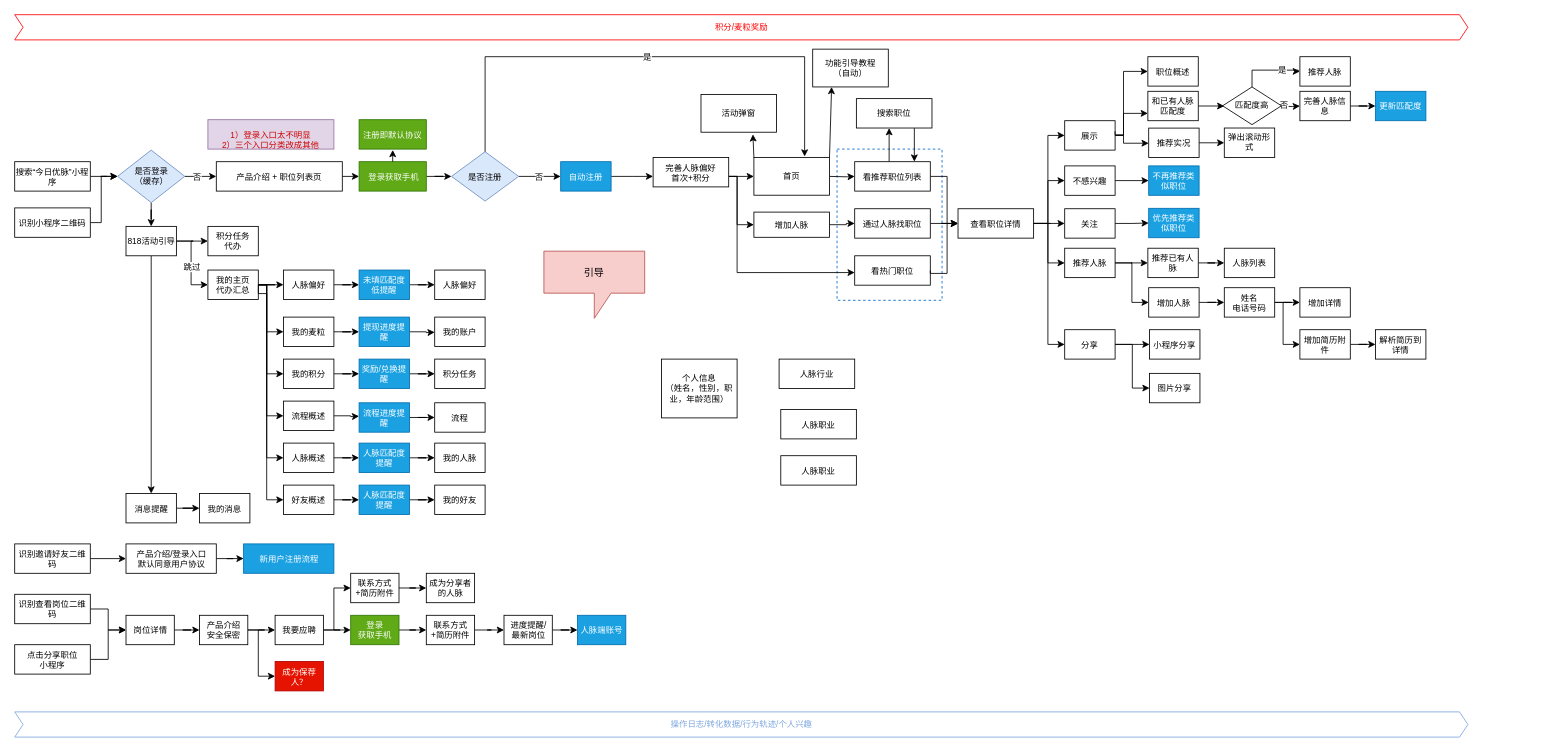
Earlier version of the draw.io diagram page "今日优脉小程序产品流程" (12 of 12) of 今日优脉.drawio (layken/jinrirencai). Source tidied: cells renumbered, new cells numbered last; positions are measured from the earlier drawing's top-left corner, leaving out a move shared by most shapes. Both pictures are drawn from the tidied source at 84%, with x=0, y=0 at pixel (14, 14).
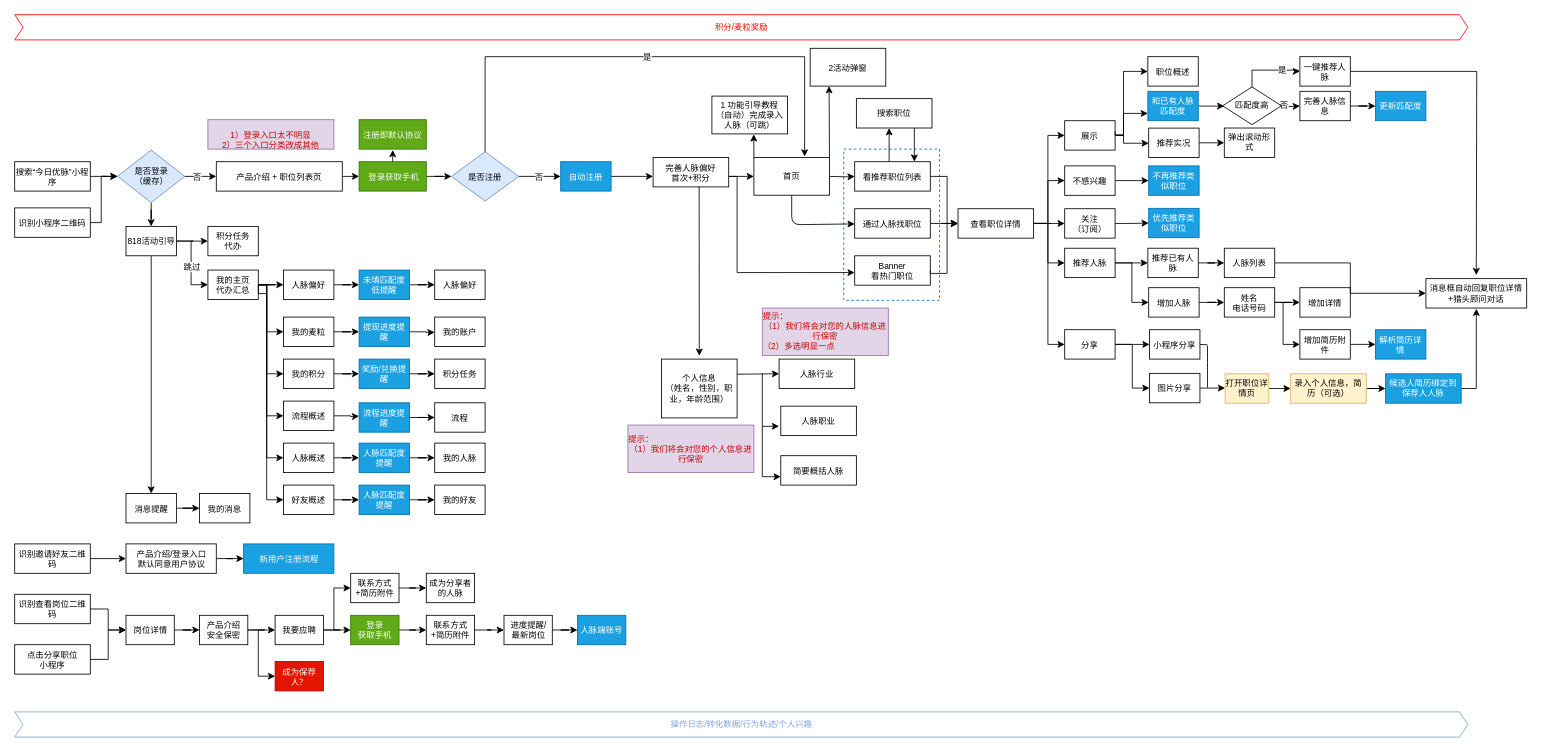
Above is the later version.

Unchanged cells that the change refers to:
```xml
<mxCell id="37" value="通过人脉找职位" style="rounded=0;whiteSpace=wrap;html=1;fontSize=10;align=center;" parent="1" vertex="1">
  <mxGeometry x="1000" y="231" width="90" height="35" as="geometry" />
</mxCell>
<mxCell id="81" value="图片分享" style="rounded=0;whiteSpace=wrap;html=1;fontSize=10;align=center;" parent="1" vertex="1">
  <mxGeometry x="1351" y="427" width="60" height="35" as="geometry" />
</mxCell>
<mxCell id="82" value="小程序分享" style="rounded=0;whiteSpace=wrap;html=1;fontSize=10;align=center;" parent="1" vertex="1">
  <mxGeometry x="1351" y="375" width="60" height="35" as="geometry" />
</mxCell>
<mxCell id="89" value="增加简历附件" style="rounded=0;whiteSpace=wrap;html=1;fontSize=10;align=center;" parent="1" vertex="1">
  <mxGeometry x="1530" y="375" width="60" height="35" as="geometry" />
</mxCell>
<mxCell id="91" value="人脉列表" style="rounded=0;whiteSpace=wrap;html=1;fontSize=10;align=center;" parent="1" vertex="1">
  <mxGeometry x="1440" y="278" width="60" height="35" as="geometry" />
</mxCell>
<mxCell id="169" value="完善人脉偏好&lt;br&gt;首次+积分" style="rounded=0;whiteSpace=wrap;html=1;fontSize=10;align=center;" parent="1" vertex="1">
  <mxGeometry x="760" y="170" width="90" height="35" as="geometry" />
</mxCell>
<mxCell id="170" value="首页" style="rounded=0;whiteSpace=wrap;html=1;fontSize=10;align=center;" parent="1" vertex="1">
  <mxGeometry x="880" y="169.9" width="90" height="45" as="geometry" />
</mxCell>
<mxCell id="173" value="人脉行业" style="rounded=0;whiteSpace=wrap;html=1;fontSize=10;align=center;" parent="1" vertex="1">
  <mxGeometry x="910" y="410" width="90" height="35" as="geometry" />
</mxCell>
```

The edit, as a diff of the source:
```diff
@@
     <mxCell id="2" style="rounded=0;whiteSpace=wrap;html=1;fontSize=10;fontColor=#00FF00;align=center;dashed=1;strokeColor=#0066CC;" parent="1" vertex="1">
-      <mxGeometry x="979" y="160" width="125" height="180" as="geometry" />
+      <mxGeometry x="987" y="160" width="114" height="180" as="geometry" />
     </mxCell>
@@
-    <mxCell id="33" style="edgeStyle=orthogonalEdgeStyle;rounded=0;jettySize=auto;html=1;fontSize=10;" parent="1" edge="1" source="34" target="37">
-      <mxGeometry relative="1" as="geometry" />
-    </mxCell>
-    <mxCell id="34" value="增加人脉" style="rounded=0;whiteSpace=wrap;html=1;fontSize=10;align=center;" parent="1" vertex="1">
-      <mxGeometry x="880" y="235" width="90" height="30" as="geometry" />
-    </mxCell>
-    <mxCell id="35" style="rounded=0;jettySize=auto;html=1;fontSize=10;entryX=0;entryY=0.5;entryDx=0;entryDy=0;edgeStyle=orthogonalEdgeStyle;exitX=1;exitY=0.5;exitDx=0;exitDy=0;" parent="1" edge="1" target="34">
-      <mxGeometry relative="1" as="geometry">
-        <mxPoint x="850" y="192.5" as="sourcePoint" />
-        <Array as="points">
-          <mxPoint x="860" y="193" />
-          <mxPoint x="860" y="250" />
-        </Array>
-      </mxGeometry>
-    </mxCell>
@@
-    <mxCell id="43" value="看热门职位" style="rounded=0;whiteSpace=wrap;html=1;fontSize=10;align=center;" parent="1" vertex="1">
+    <mxCell id="43" value="Banner&lt;br&gt;看热门职位" style="rounded=0;whiteSpace=wrap;html=1;fontSize=10;align=center;" parent="1" vertex="1">
       <mxGeometry x="1000" y="287" width="90" height="35" as="geometry" />
     </mxCell>
@@
-    <mxCell id="61" value="关注" style="rounded=0;whiteSpace=wrap;html=1;fontSize=10;align=center;" parent="1" vertex="1">
+    <mxCell id="61" value="关注&lt;br&gt;（订阅）" style="rounded=0;whiteSpace=wrap;html=1;fontSize=10;align=center;" parent="1" vertex="1">
       <mxGeometry x="1250" y="231" width="60" height="35" as="geometry" />
     </mxCell>
@@
-    <mxCell id="71" style="edgeStyle=orthogonalEdgeStyle;rounded=0;jettySize=auto;html=1;fontSize=10;fontColor=#00FF00;entryX=0;entryY=0.5;entryDx=0;entryDy=0;" parent="1" edge="1" source="72">
+    <mxCell id="71" style="edgeStyle=orthogonalEdgeStyle;rounded=0;orthogonalLoop=1;jettySize=auto;html=1;fontSize=10;fontColor=#00FF00;entryX=0;entryY=0.5;entryDx=0;entryDy=0;" parent="1" edge="1">
       <mxGeometry relative="1" as="geometry">
+        <mxPoint x="1409" y="108.8" as="sourcePoint" />
         <mxPoint x="1440" y="108.8" as="targetPoint" />
       </mxGeometry>
     </mxCell>
-    <mxCell id="72" value="和已有人脉匹配度" style="rounded=0;whiteSpace=wrap;html=1;fontSize=10;align=center;" parent="1" vertex="1">
-      <mxGeometry x="1349" y="91.2" width="60" height="35" as="geometry" />
-    </mxCell>
@@
-    <mxCell id="76" style="edgeStyle=orthogonalEdgeStyle;rounded=0;jettySize=auto;html=1;fontSize=10;fontColor=#00FF00;exitX=1;exitY=0.5;exitDx=0;exitDy=0;entryX=0;entryY=0.75;entryDx=0;entryDy=0;" parent="1" edge="1" target="72">
+    <mxCell id="76" style="edgeStyle=orthogonalEdgeStyle;rounded=0;orthogonalLoop=1;jettySize=auto;html=1;fontSize=10;fontColor=#00FF00;exitX=1;exitY=0.5;exitDx=0;exitDy=0;entryX=0;entryY=0.75;entryDx=0;entryDy=0;" parent="1" edge="1">
       <mxGeometry relative="1" as="geometry">
         <mxPoint x="1310" y="138.8" as="sourcePoint" />
+        <mxPoint x="1349" y="117.5" as="targetPoint" />
         <Array as="points">
           <mxPoint x="1310" y="143" />
           <mxPoint x="1320" y="143" />
           <mxPoint x="1320" y="118" />
         </Array>
       </mxGeometry>
     </mxCell>
@@
+    <mxCell id="177" style="edgeStyle=orthogonalEdgeStyle;rounded=0;jettySize=auto;html=1;exitX=1;exitY=0.5;exitDx=0;exitDy=0;entryX=0;entryY=0.5;entryDx=0;entryDy=0;" parent="1" edge="1" source="81" target="199">
+      <mxGeometry relative="1" as="geometry" />
+    </mxCell>
@@
-    <mxCell id="88" style="edgeStyle=orthogonalEdgeStyle;rounded=0;jettySize=auto;html=1;fontSize=10;fontColor=#00FF00;" parent="1" edge="1" source="89" target="90">
-      <mxGeometry relative="1" as="geometry" />
+    <mxCell id="88" style="edgeStyle=orthogonalEdgeStyle;rounded=0;jettySize=auto;html=1;fontSize=10;fontColor=#00FF00;" parent="1" edge="1" source="89">
+      <mxGeometry relative="1" as="geometry">
+        <mxPoint x="1620" y="392.5" as="targetPoint" />
+      </mxGeometry>
     </mxCell>
@@
-    <mxCell id="90" value="解析简历到详情" style="rounded=0;whiteSpace=wrap;html=1;fontSize=10;align=center;" parent="1" vertex="1">
-      <mxGeometry x="1620" y="375" width="60" height="35" as="geometry" />
-    </mxCell>
+    <mxCell id="178" style="edgeStyle=orthogonalEdgeStyle;rounded=0;jettySize=auto;html=1;exitX=1;exitY=0.5;exitDx=0;exitDy=0;entryX=0;entryY=0.5;entryDx=0;entryDy=0;" parent="1" edge="1" source="91" target="191">
+      <mxGeometry relative="1" as="geometry" />
+    </mxCell>
@@
+    <mxCell id="179" style="edgeStyle=orthogonalEdgeStyle;rounded=0;jettySize=auto;html=1;exitX=1;exitY=0.5;exitDx=0;exitDy=0;" parent="1" edge="1" source="96">
+      <mxGeometry relative="1" as="geometry">
+        <mxPoint x="1740" y="310" as="targetPoint" />
+      </mxGeometry>
+    </mxCell>
-    <mxCell id="96" value="推荐人脉" style="rounded=0;whiteSpace=wrap;html=1;fontSize=10;align=center;" parent="1" vertex="1">
+    <mxCell id="96" value="一键推荐人脉" style="rounded=0;whiteSpace=wrap;html=1;fontSize=10;align=center;" parent="1" vertex="1">
       <mxGeometry x="1530" y="50" width="60" height="35" as="geometry" />
     </mxCell>
@@
-    <mxCell id="163" value="引导" style="shape=callout;whiteSpace=wrap;html=1;perimeter=calloutPerimeter;strokeColor=#b85450;fillColor=#f8cecc;" parent="1" vertex="1">
-      <mxGeometry x="630" y="281.5" width="120" height="80" as="geometry" />
-    </mxCell>
@@
-    <mxCell id="166" value="功能引导教程&lt;br&gt;（自动）" style="rounded=0;whiteSpace=wrap;html=1;fontSize=10;align=center;" parent="1" vertex="1">
-      <mxGeometry x="950" y="41" width="90" height="45" as="geometry" />
-    </mxCell>
-    <mxCell id="167" value="活动弹窗" style="rounded=0;whiteSpace=wrap;html=1;fontSize=10;align=center;" parent="1" vertex="1">
-      <mxGeometry x="817" y="94.9" width="90" height="45" as="geometry" />
-    </mxCell>
-    <mxCell id="168" style="endArrow=classic;html=1;exitX=0;exitY=0;exitDx=0;exitDy=0;entryX=0.687;entryY=1.056;entryDx=0;entryDy=0;entryPerimeter=0;" parent="1" edge="1" source="170" target="167">
-      <mxGeometry relative="1" as="geometry" />
+    <mxCell id="168" style="endArrow=classic;html=1;exitX=0;exitY=0;exitDx=0;exitDy=0;entryX=0.687;entryY=1.056;entryDx=0;entryDy=0;entryPerimeter=0;" parent="1" edge="1" source="170">
+      <mxGeometry relative="1" as="geometry">
+        <mxPoint x="879.8" y="142.4" as="targetPoint" />
+      </mxGeometry>
     </mxCell>
@@
-    <mxCell id="172" style="endArrow=classic;html=1;exitX=1;exitY=0;exitDx=0;exitDy=0;entryX=0.25;entryY=1;entryDx=0;entryDy=0;" parent="1" edge="1" source="170" target="166">
+    <mxCell id="172" style="endArrow=classic;html=1;exitX=1;exitY=0;exitDx=0;exitDy=0;entryX=0.25;entryY=1;entryDx=0;entryDy=0;" parent="1" edge="1" source="170" target="188">
       <mxGeometry relative="1" as="geometry" />
     </mxCell>
@@
     <mxCell id="174" value="人脉职业" style="rounded=0;whiteSpace=wrap;html=1;fontSize=10;align=center;" parent="1" vertex="1">
-      <mxGeometry x="912" y="470" width="90" height="35" as="geometry" />
+      <mxGeometry x="912" y="466" width="90" height="35" as="geometry" />
     </mxCell>
-    <mxCell id="175" value="人脉职业" style="rounded=0;whiteSpace=wrap;html=1;fontSize=10;align=center;" parent="1" vertex="1">
+    <mxCell id="175" value="简要概括人脉" style="rounded=0;whiteSpace=wrap;html=1;fontSize=10;align=center;" parent="1" vertex="1">
       <mxGeometry x="912" y="525" width="90" height="35" as="geometry" />
     </mxCell>
@@
+    <mxCell id="180" value="&lt;div style=&quot;text-align: left&quot;&gt;&lt;span style=&quot;color: rgb(204 , 0 , 0)&quot;&gt;提示：&lt;/span&gt;&lt;/div&gt;&lt;font color=&quot;#cc0000&quot;&gt;（1）我们将会对您的人脉信息进行保密&lt;br&gt;&lt;div style=&quot;text-align: left&quot;&gt;&lt;span&gt;（2）多选明显一点&lt;/span&gt;&lt;/div&gt;&lt;/font&gt;" style="rounded=0;whiteSpace=wrap;html=1;fontSize=10;align=center;fillColor=#e1d5e7;strokeColor=#9673a6;" parent="1" vertex="1">
+      <mxGeometry x="890" y="349.2" width="150" height="56.5" as="geometry" />
+    </mxCell>
+    <mxCell id="181" value="&lt;div style=&quot;text-align: left&quot;&gt;&lt;span style=&quot;color: rgb(204 , 0 , 0)&quot;&gt;提示：&lt;/span&gt;&lt;/div&gt;&lt;font color=&quot;#cc0000&quot;&gt;（1）我们将会对您的个人信息进行保密&lt;br&gt;&lt;/font&gt;" style="rounded=0;whiteSpace=wrap;html=1;fontSize=10;align=center;fillColor=#e1d5e7;strokeColor=#9673a6;" parent="1" vertex="1">
+      <mxGeometry x="730" y="488.5" width="150" height="56.5" as="geometry" />
+    </mxCell>
+    <mxCell id="182" style="endArrow=classic;html=1;exitX=0.609;exitY=0.994;exitDx=0;exitDy=0;exitPerimeter=0;" parent="1" edge="1" source="169">
+      <mxGeometry relative="1" as="geometry">
+        <mxPoint x="815" y="406" as="targetPoint" />
+      </mxGeometry>
+    </mxCell>
+    <mxCell id="183" style="endArrow=classic;html=1;entryX=0;entryY=0.5;entryDx=0;entryDy=0;" parent="1" edge="1" target="173">
+      <mxGeometry relative="1" as="geometry">
+        <mxPoint x="860" y="428" as="sourcePoint" />
+      </mxGeometry>
+    </mxCell>
+    <mxCell id="184" style="endArrow=none;html=1;" parent="1" edge="1">
+      <mxGeometry relative="1" as="geometry">
+        <mxPoint x="890" y="550" as="sourcePoint" />
+        <mxPoint x="890" y="427" as="targetPoint" />
+      </mxGeometry>
+    </mxCell>
+    <mxCell id="185" style="endArrow=classic;html=1;" parent="1" edge="1">
+      <mxGeometry relative="1" as="geometry">
+        <mxPoint x="890" y="490" as="sourcePoint" />
+        <mxPoint x="910" y="490" as="targetPoint" />
+      </mxGeometry>
+    </mxCell>
+    <mxCell id="186" style="endArrow=classic;html=1;entryX=0;entryY=0.714;entryDx=0;entryDy=0;entryPerimeter=0;" parent="1" edge="1" target="175">
+      <mxGeometry relative="1" as="geometry">
+        <mxPoint x="890" y="550" as="sourcePoint" />
+      </mxGeometry>
+    </mxCell>
+    <mxCell id="187" value="1 功能引导教程&lt;br&gt;（自动）完成录入人脉（可跳）" style="rounded=0;whiteSpace=wrap;html=1;fontSize=10;align=center;" parent="1" vertex="1">
+      <mxGeometry x="830" y="96.9" width="90" height="45" as="geometry" />
+    </mxCell>
+    <mxCell id="188" value="2活动弹窗" style="rounded=0;whiteSpace=wrap;html=1;fontSize=10;align=center;" parent="1" vertex="1">
+      <mxGeometry x="947" y="40" width="90" height="45" as="geometry" />
+    </mxCell>
+    <mxCell id="189" style="endArrow=classic;html=1;exitX=0.5;exitY=1;exitDx=0;exitDy=0;" parent="1" edge="1" source="170" target="37">
+      <mxGeometry relative="1" as="geometry">
+        <Array as="points">
+          <mxPoint x="925" y="250" />
+        </Array>
+      </mxGeometry>
+    </mxCell>
+    <mxCell id="190" value="解析简历详情" style="rounded=0;whiteSpace=wrap;html=1;fontSize=10;align=center;fillColor=#1ba1e2;strokeColor=#006EAF;fontColor=#ffffff;" parent="1" vertex="1">
+      <mxGeometry x="1620" y="375" width="60" height="35" as="geometry" />
+    </mxCell>
+    <mxCell id="72" value="和已有人脉匹配度" style="rounded=0;whiteSpace=wrap;html=1;fontSize=10;align=center;fillColor=#1ba1e2;strokeColor=#006EAF;fontColor=#ffffff;" parent="1" vertex="1">
+      <mxGeometry x="1349" y="91.2" width="60" height="35" as="geometry" />
+    </mxCell>
+    <mxCell id="191" value="消息框自动回复职位详情+猎头顾问对话" style="rounded=0;whiteSpace=wrap;html=1;fontSize=10;align=center;" parent="1" vertex="1">
+      <mxGeometry x="1680" y="314.2" width="120" height="35" as="geometry" />
+    </mxCell>
+    <mxCell id="192" style="edgeStyle=orthogonalEdgeStyle;rounded=0;jettySize=auto;html=1;entryX=0;entryY=0.5;entryDx=0;entryDy=0;" parent="1" edge="1" source="193" target="197">
+      <mxGeometry relative="1" as="geometry" />
+    </mxCell>
+    <mxCell id="193" value="录入个人信息，简历（可选）" style="rounded=0;whiteSpace=wrap;html=1;fontSize=10;align=center;fillColor=#fff2cc;strokeColor=#d6b656;" parent="1" vertex="1">
+      <mxGeometry x="1519" y="427.5" width="90" height="35" as="geometry" />
+    </mxCell>
+    <mxCell id="194" style="endArrow=none;html=1;" parent="1" edge="1">
+      <mxGeometry relative="1" as="geometry">
+        <mxPoint x="1420" y="444" as="sourcePoint" />
+        <mxPoint x="1420" y="394" as="targetPoint" />
+        <Array as="points">
+          <mxPoint x="1420" y="424" />
+        </Array>
+      </mxGeometry>
+    </mxCell>
+    <mxCell id="195" style="endArrow=none;html=1;exitX=1;exitY=0.5;exitDx=0;exitDy=0;" parent="1" edge="1" source="82">
+      <mxGeometry relative="1" as="geometry">
+        <mxPoint x="1420" y="393" as="targetPoint" />
+      </mxGeometry>
+    </mxCell>
+    <mxCell id="196" style="edgeStyle=orthogonalEdgeStyle;rounded=0;jettySize=auto;html=1;exitX=1;exitY=0.5;exitDx=0;exitDy=0;" parent="1" edge="1" source="197">
+      <mxGeometry relative="1" as="geometry">
+        <mxPoint x="1740" y="350" as="targetPoint" />
+        <Array as="points">
+          <mxPoint x="1740" y="445" />
+        </Array>
+      </mxGeometry>
+    </mxCell>
+    <mxCell id="197" value="候选人简历绑定到保荐人人脉" style="rounded=0;whiteSpace=wrap;html=1;fontSize=10;align=center;fillColor=#1ba1e2;strokeColor=#006EAF;fontColor=#ffffff;" parent="1" vertex="1">
+      <mxGeometry x="1632" y="427.5" width="90" height="35" as="geometry" />
+    </mxCell>
+    <mxCell id="198" style="edgeStyle=orthogonalEdgeStyle;rounded=0;jettySize=auto;html=1;exitX=1;exitY=0.5;exitDx=0;exitDy=0;entryX=0;entryY=0.5;entryDx=0;entryDy=0;" parent="1" edge="1" source="199" target="193">
+      <mxGeometry relative="1" as="geometry" />
+    </mxCell>
+    <mxCell id="199" value="打开职位详情页" style="rounded=0;whiteSpace=wrap;html=1;fontSize=10;align=center;fillColor=#fff2cc;strokeColor=#d6b656;" parent="1" vertex="1">
+      <mxGeometry x="1441" y="427.5" width="52" height="35" as="geometry" />
+    </mxCell>
```
